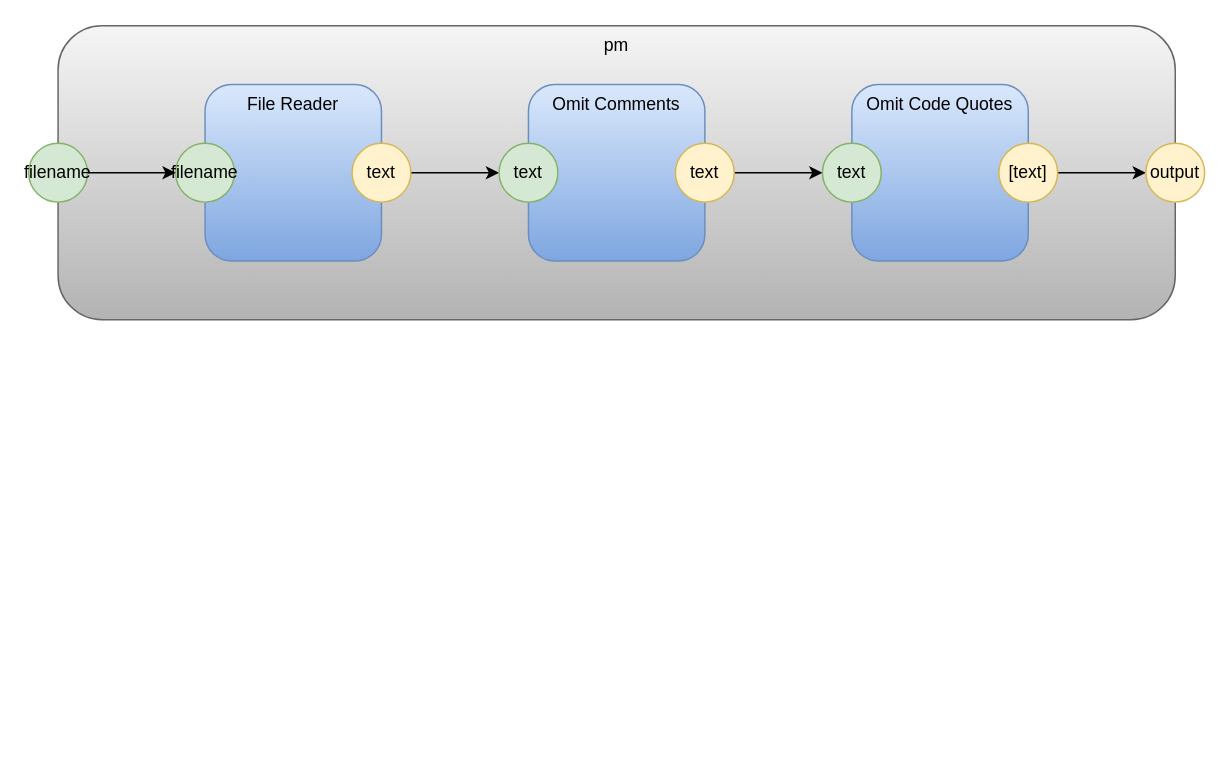
Earlier version of the draw.io diagram page "Page-2" (2 of 2) of pm-copy.drawio (guitarvydas/pypm). Source tidied: cells renumbered, new cells numbered last; positions are measured from the earlier drawing's top-left corner, leaving out a move shared by most shapes. Both pictures are drawn from the tidied source at 147%, with x=0, y=0 at pixel (28, 25).
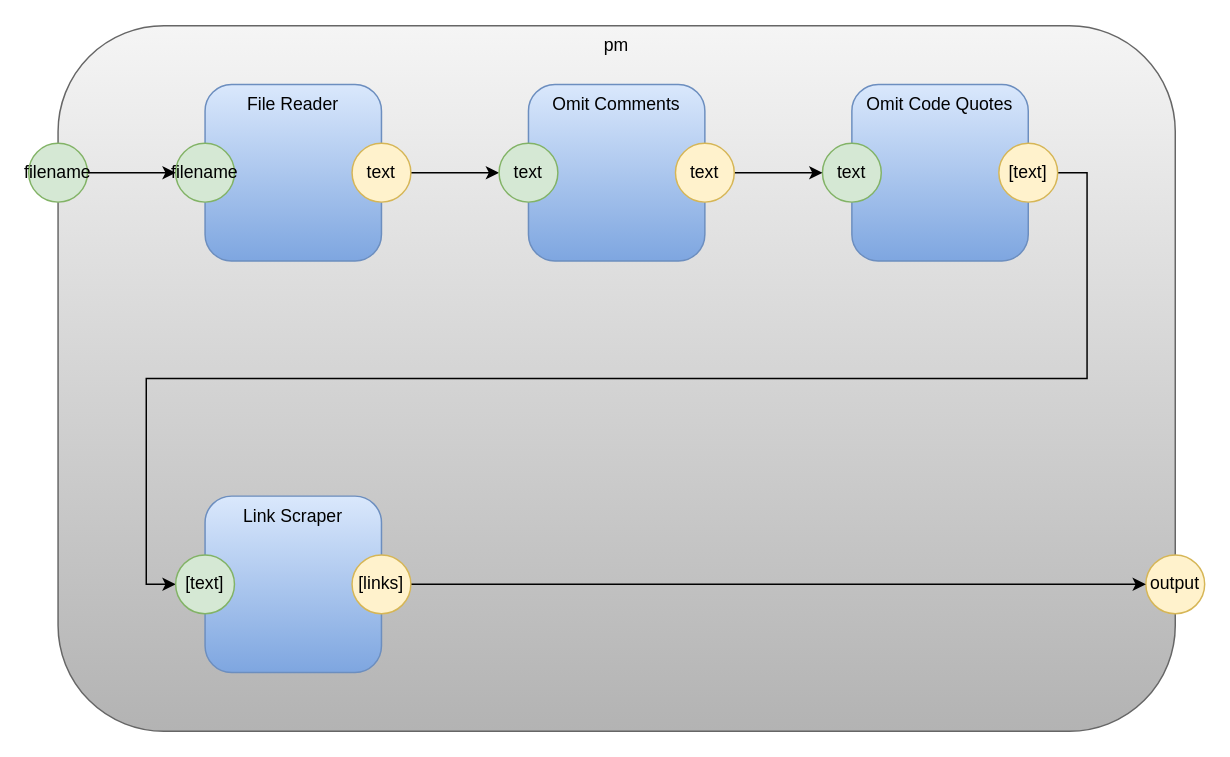
After the change.

The change refers to these unchanged cells:
```xml
<mxCell id="10" value="[text]" style="ellipse;whiteSpace=wrap;html=1;fillColor=#fff2cc;strokeColor=#d6b656;" parent="1" vertex="1">
  <mxGeometry x="660" y="80" width="40" height="40" as="geometry" />
</mxCell>
```

Diff of the diagram source:
```diff
@@
     <mxCell id="2" value="pm" style="rounded=1;whiteSpace=wrap;html=1;horizontal=1;verticalAlign=top;fillColor=#f5f5f5;strokeColor=#666666;gradientColor=#b3b3b3;" parent="1" vertex="1">
-      <mxGeometry x="20" width="760" height="200" as="geometry" />
+      <mxGeometry x="20" width="760" height="480" as="geometry" />
     </mxCell>
@@
-    <mxCell id="9" style="edgeStyle=orthogonalEdgeStyle;rounded=0;jettySize=auto;html=1;exitX=1;exitY=0.5;exitDx=0;exitDy=0;entryX=0;entryY=0.5;entryDx=0;entryDy=0;" parent="1" edge="1" source="10" target="17">
-      <mxGeometry relative="1" as="geometry" />
-    </mxCell>
+    <mxCell id="18" style="edgeStyle=orthogonalEdgeStyle;rounded=0;jettySize=auto;html=1;exitX=1;exitY=0.5;exitDx=0;exitDy=0;entryX=0;entryY=0.5;entryDx=0;entryDy=0;" parent="1" edge="1" source="10" target="20">
+      <mxGeometry relative="1" as="geometry" />
+    </mxCell>
@@
     <mxCell id="17" value="output" style="ellipse;whiteSpace=wrap;html=1;fillColor=#fff2cc;strokeColor=#d6b656;" parent="1" vertex="1">
-      <mxGeometry x="760" y="80" width="40" height="40" as="geometry" />
+      <mxGeometry x="760" y="360" width="40" height="40" as="geometry" />
     </mxCell>
+    <mxCell id="19" value="Link Scraper" style="rounded=1;whiteSpace=wrap;html=1;horizontal=1;verticalAlign=top;strokeColor=#6c8ebf;fillColor=#dae8fc;gradientColor=#7ea6e0;" parent="1" vertex="1">
+      <mxGeometry x="120" y="320" width="120" height="120" as="geometry" />
+    </mxCell>
+    <mxCell id="20" value="[text]" style="ellipse;whiteSpace=wrap;html=1;fillColor=#d5e8d4;strokeColor=#82b366;" parent="1" vertex="1">
+      <mxGeometry x="100" y="360" width="40" height="40" as="geometry" />
+    </mxCell>
+    <mxCell id="21" style="edgeStyle=orthogonalEdgeStyle;rounded=0;jettySize=auto;html=1;exitX=1;exitY=0.5;exitDx=0;exitDy=0;entryX=0;entryY=0.5;entryDx=0;entryDy=0;" parent="1" edge="1" source="22" target="17">
+      <mxGeometry relative="1" as="geometry" />
+    </mxCell>
+    <mxCell id="22" value="[links]" style="ellipse;whiteSpace=wrap;html=1;fillColor=#fff2cc;strokeColor=#d6b656;" parent="1" vertex="1">
+      <mxGeometry x="220" y="360" width="40" height="40" as="geometry" />
+    </mxCell>
```
